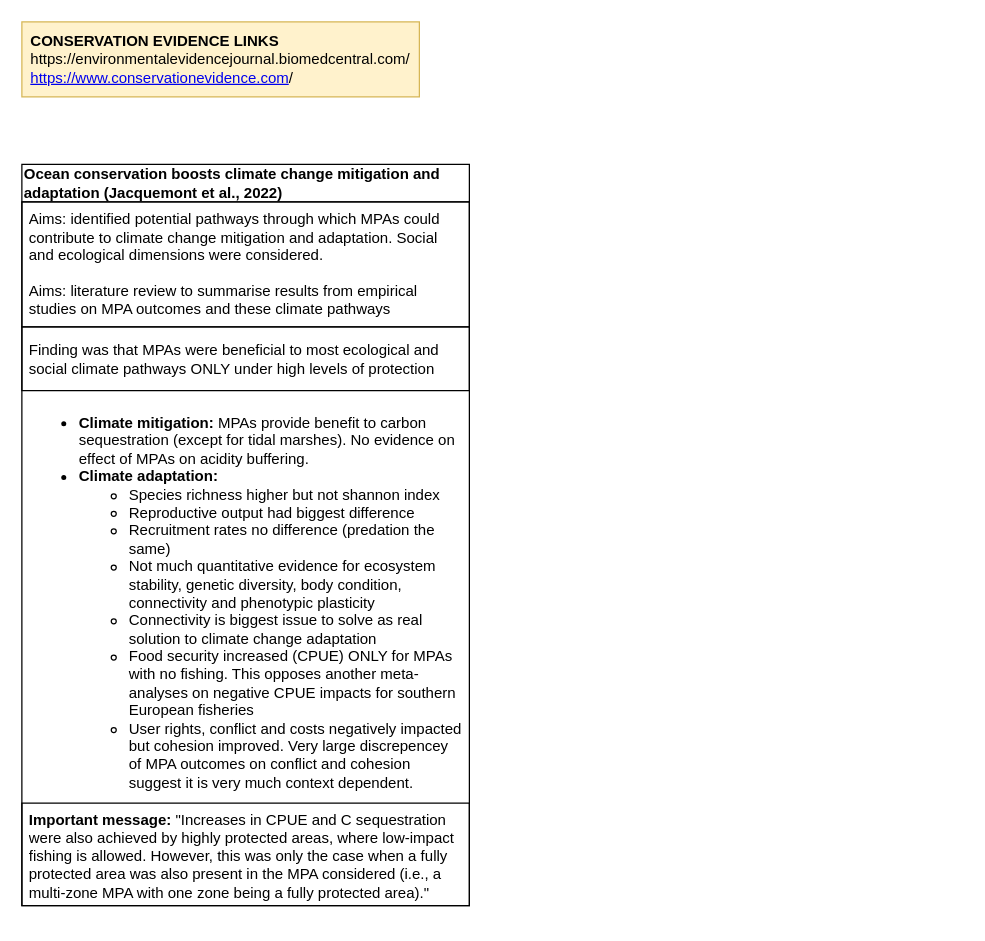
Before: litteraturereview.drawio in ninzyfb/ninzyfb, a draw.io diagram. Source tidied: cells renumbered, new cells numbered last; positions are measured from the earlier drawing's top-left corner, leaving out a move shared by most shapes. Both pictures are drawn from the tidied source at 125%, with x=0, y=0 at pixel (21, 21).
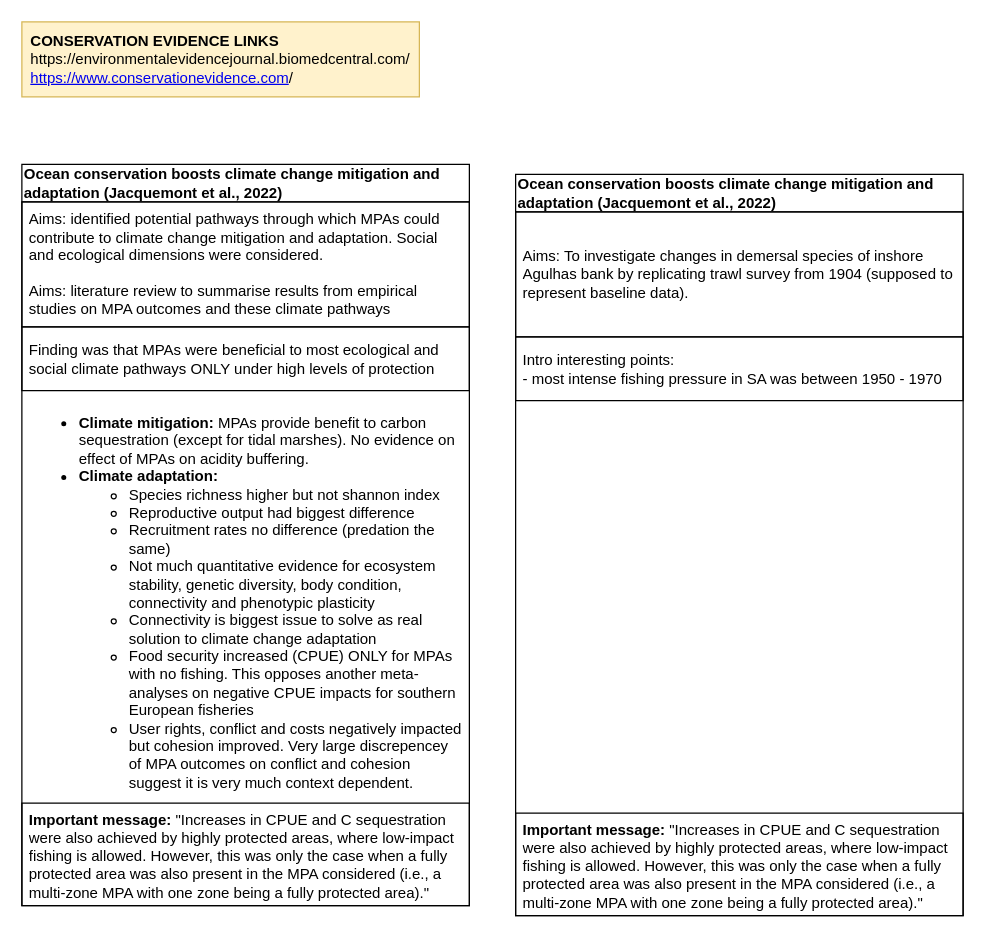
The same page after the edit.

What changed in the source:
```diff
@@
 <mxGraphModel>
   <root>
     <mxCell id="0" />
     <mxCell id="1" parent="0" />
     <mxCell id="2" value="&lt;b&gt;Ocean conservation boosts climate change mitigation and adaptation (Jacquemont et al., 2022)&lt;/b&gt;" style="swimlane;fontStyle=0;horizontal=1;startSize=30;whiteSpace=wrap;html=1;align=left;" parent="1" vertex="1">
       <mxGeometry y="114" width="358" height="593" as="geometry" />
     </mxCell>
     <mxCell id="3" value="Aims: identified potential pathways through which MPAs could contribute to climate change mitigation and adaptation. Social and ecological dimensions were considered.&lt;br&gt;&lt;br&gt;Aims: literature review to summarise results from empirical studies on MPA outcomes and these climate pathways" style="text;strokeColor=default;fillColor=none;align=left;verticalAlign=middle;spacingLeft=4;spacingRight=4;overflow=hidden;whiteSpace=wrap;html=1;shadow=0;" parent="2" vertex="1">
       <mxGeometry y="30" width="358" height="100" as="geometry" />
     </mxCell>
     <mxCell id="4" value="Finding was that MPAs were beneficial to most ecological and social climate pathways ONLY under high levels of protection" style="text;strokeColor=default;fillColor=none;align=left;verticalAlign=middle;spacingLeft=4;spacingRight=4;overflow=hidden;whiteSpace=wrap;html=1;" parent="2" vertex="1">
       <mxGeometry y="130" width="358" height="51" as="geometry" />
     </mxCell>
     <mxCell id="5" value="&lt;ul&gt;&lt;li&gt;&lt;b&gt;Climate mitigation: &lt;/b&gt;MPAs provide benefit to carbon sequestration (except for tidal marshes). No evidence on effect of MPAs on acidity buffering.&lt;/li&gt;&lt;li&gt;&lt;b&gt;Climate adaptation:&amp;nbsp;&lt;/b&gt;&lt;/li&gt;&lt;ul&gt;&lt;li&gt;Species richness higher but not shannon index&lt;/li&gt;&lt;li&gt;Reproductive output had biggest difference&lt;/li&gt;&lt;li&gt;Recruitment rates no difference (predation the same)&lt;/li&gt;&lt;li&gt;Not much quantitative evidence for ecosystem stability, genetic diversity, body condition, connectivity and phenotypic plasticity&lt;/li&gt;&lt;li&gt;Connectivity is biggest issue to solve as real solution to climate change adaptation&lt;/li&gt;&lt;li&gt;Food security increased (CPUE) ONLY for MPAs with no fishing. This opposes another meta-analyses on negative CPUE impacts for southern European fisheries&lt;/li&gt;&lt;li&gt;User rights, conflict and costs negatively impacted but cohesion improved. Very large discrepencey of MPA outcomes on conflict and cohesion suggest it is very much context dependent.&lt;/li&gt;&lt;/ul&gt;&lt;/ul&gt;" style="text;strokeColor=none;fillColor=none;align=left;verticalAlign=top;spacingLeft=4;spacingRight=4;overflow=hidden;whiteSpace=wrap;html=1;labelPosition=center;verticalLabelPosition=middle;" parent="2" vertex="1">
       <mxGeometry y="181" width="358" height="330" as="geometry" />
     </mxCell>
     <mxCell id="6" value="&lt;b&gt;Important message:&lt;/b&gt; &quot;Increases in CPUE and C sequestration were also achieved by highly protected areas, where low-impact fishing is allowed. However, this was only the case when a fully protected area was also present in the MPA considered (i.e., a multi-zone MPA with one zone being a fully protected area).&quot;" style="text;strokeColor=default;fillColor=none;align=left;verticalAlign=top;spacingLeft=4;spacingRight=4;overflow=hidden;whiteSpace=wrap;html=1;labelPosition=center;verticalLabelPosition=middle;" parent="2" vertex="1">
       <mxGeometry y="511" width="358" height="82" as="geometry" />
     </mxCell>
     <mxCell id="7" value="&lt;div style=&quot;text-align: left;&quot;&gt;&lt;b style=&quot;background-color: initial;&quot;&gt;CONSERVATION EVIDENCE LINKS&lt;/b&gt;&lt;/div&gt;&lt;div style=&quot;text-align: left;&quot;&gt;&lt;span style=&quot;background-color: initial;&quot;&gt;https://environmentalevidencejournal.biomedcentral.com/&lt;/span&gt;&lt;/div&gt;&lt;div style=&quot;text-align: left;&quot;&gt;&lt;a style=&quot;background-color: initial; font-family: Calibri; text-size-adjust: auto;&quot; title=&quot;https://www.conservationevidence.com/&quot; target=&quot;_blank&quot; href=&quot;https://www.conservationevidence.com/&quot;&gt;https://www.conservationevidence.com&lt;/a&gt;/&lt;/div&gt;" style="rounded=0;whiteSpace=wrap;html=1;fillColor=#fff2cc;strokeColor=#d6b656;" parent="1" vertex="1">
       <mxGeometry width="318" height="60" as="geometry" />
     </mxCell>
+    <mxCell id="8" value="&lt;b&gt;Ocean conservation boosts climate change mitigation and adaptation (Jacquemont et al., 2022)&lt;/b&gt;" style="swimlane;fontStyle=0;horizontal=1;startSize=30;whiteSpace=wrap;html=1;align=left;" parent="1" vertex="1">
+      <mxGeometry x="395" y="122" width="358" height="593" as="geometry" />
+    </mxCell>
+    <mxCell id="9" value="Aims: To investigate changes in demersal species of inshore Agulhas bank by replicating trawl survey from 1904 (supposed to represent baseline data)." style="text;strokeColor=default;fillColor=none;align=left;verticalAlign=middle;spacingLeft=4;spacingRight=4;overflow=hidden;whiteSpace=wrap;html=1;shadow=0;" parent="8" vertex="1">
+      <mxGeometry y="30" width="358" height="100" as="geometry" />
+    </mxCell>
+    <mxCell id="10" value="Intro interesting points:&lt;br&gt;- most intense fishing pressure in SA was between 1950 - 1970" style="text;strokeColor=default;fillColor=none;align=left;verticalAlign=middle;spacingLeft=4;spacingRight=4;overflow=hidden;whiteSpace=wrap;html=1;" parent="8" vertex="1">
+      <mxGeometry y="130" width="358" height="51" as="geometry" />
+    </mxCell>
+    <mxCell id="11" value="&lt;div&gt;&lt;b&gt;&lt;br&gt;&lt;/b&gt;&lt;/div&gt;" style="text;strokeColor=none;fillColor=none;align=left;verticalAlign=top;spacingLeft=4;spacingRight=4;overflow=hidden;whiteSpace=wrap;html=1;labelPosition=center;verticalLabelPosition=middle;" parent="8" vertex="1">
+      <mxGeometry y="181" width="358" height="330" as="geometry" />
+    </mxCell>
+    <mxCell id="12" value="&lt;b&gt;Important message:&lt;/b&gt; &quot;Increases in CPUE and C sequestration were also achieved by highly protected areas, where low-impact fishing is allowed. However, this was only the case when a fully protected area was also present in the MPA considered (i.e., a multi-zone MPA with one zone being a fully protected area).&quot;" style="text;strokeColor=default;fillColor=none;align=left;verticalAlign=top;spacingLeft=4;spacingRight=4;overflow=hidden;whiteSpace=wrap;html=1;labelPosition=center;verticalLabelPosition=middle;" parent="8" vertex="1">
+      <mxGeometry y="511" width="358" height="82" as="geometry" />
+    </mxCell>
   </root>
 </mxGraphModel>
```
